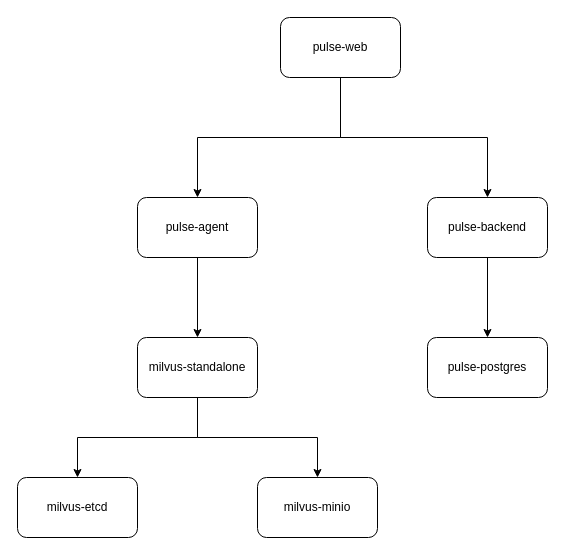
8Doker8/bachelor-pulse keeps this draw.io diagram as architecture.drawio. Above is the earlier version. Source tidied: cells renumbered, new cells numbered last; positions are measured from the earlier drawing's top-left corner, leaving out a move shared by most shapes. Both pictures are drawn from the tidied source at 100%, with x=0, y=0 at pixel (17, 17).
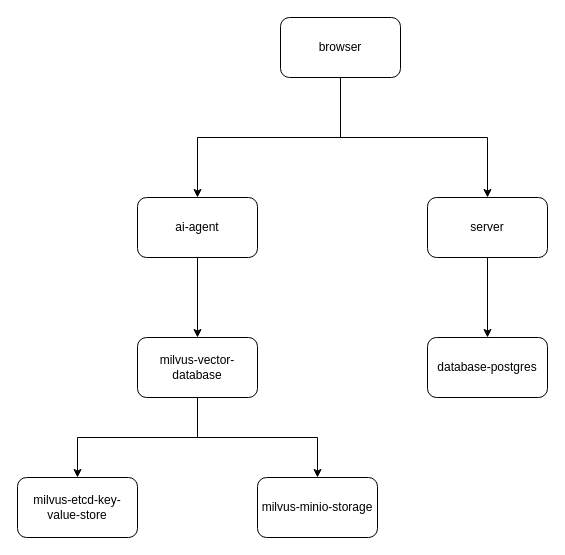
After the change.

The edit, as a diff of the source:
```diff
@@
 <mxGraphModel>
   <root>
     <mxCell id="0" />
     <mxCell id="1" parent="0" />
     <mxCell id="2" style="edgeStyle=orthogonalEdgeStyle;rounded=0;jettySize=auto;html=1;" parent="1" edge="1" source="4" target="5">
       <mxGeometry relative="1" as="geometry" />
     </mxCell>
     <mxCell id="3" style="edgeStyle=orthogonalEdgeStyle;rounded=0;jettySize=auto;html=1;" parent="1" edge="1" source="4" target="6">
       <mxGeometry relative="1" as="geometry" />
     </mxCell>
-    <mxCell id="4" value="milvus-standalone" style="rounded=1;whiteSpace=wrap;html=1;" parent="1" vertex="1">
+    <mxCell id="4" value="milvus-vector-database" style="rounded=1;whiteSpace=wrap;html=1;" parent="1" vertex="1">
       <mxGeometry x="120" y="320" width="120" height="60" as="geometry" />
     </mxCell>
-    <mxCell id="5" value="milvus-etcd" style="whiteSpace=wrap;html=1;rounded=1;" parent="1" vertex="1">
+    <mxCell id="5" value="milvus-etcd-key-value-store" style="whiteSpace=wrap;html=1;rounded=1;" parent="1" vertex="1">
       <mxGeometry y="460" width="120" height="60" as="geometry" />
     </mxCell>
-    <mxCell id="6" value="milvus-minio" style="whiteSpace=wrap;html=1;rounded=1;" parent="1" vertex="1">
+    <mxCell id="6" value="milvus-minio-storage" style="whiteSpace=wrap;html=1;rounded=1;" parent="1" vertex="1">
       <mxGeometry x="240" y="460" width="120" height="60" as="geometry" />
     </mxCell>
     <mxCell id="7" style="edgeStyle=orthogonalEdgeStyle;rounded=0;jettySize=auto;html=1;" parent="1" edge="1" source="8" target="9">
       <mxGeometry relative="1" as="geometry" />
     </mxCell>
-    <mxCell id="8" value="pulse-backend" style="rounded=1;whiteSpace=wrap;html=1;" parent="1" vertex="1">
+    <mxCell id="8" value="server" style="rounded=1;whiteSpace=wrap;html=1;" parent="1" vertex="1">
       <mxGeometry x="410" y="180" width="120" height="60" as="geometry" />
     </mxCell>
-    <mxCell id="9" value="pulse-postgres" style="whiteSpace=wrap;html=1;rounded=1;" parent="1" vertex="1">
+    <mxCell id="9" value="database-postgres" style="whiteSpace=wrap;html=1;rounded=1;" parent="1" vertex="1">
       <mxGeometry x="410" y="320" width="120" height="60" as="geometry" />
     </mxCell>
     <mxCell id="10" style="edgeStyle=orthogonalEdgeStyle;rounded=0;jettySize=auto;html=1;entryX=0.5;entryY=0;entryDx=0;entryDy=0;" parent="1" edge="1" source="11" target="4">
       <mxGeometry relative="1" as="geometry" />
     </mxCell>
-    <mxCell id="11" value="pulse-agent" style="rounded=1;whiteSpace=wrap;html=1;" parent="1" vertex="1">
+    <mxCell id="11" value="ai-agent" style="rounded=1;whiteSpace=wrap;html=1;" parent="1" vertex="1">
       <mxGeometry x="120" y="180" width="120" height="60" as="geometry" />
     </mxCell>
     <mxCell id="12" style="edgeStyle=orthogonalEdgeStyle;rounded=0;jettySize=auto;html=1;exitX=0.5;exitY=1;exitDx=0;exitDy=0;" parent="1" edge="1" source="14" target="8">
       <mxGeometry relative="1" as="geometry" />
     </mxCell>
     <mxCell id="13" style="edgeStyle=orthogonalEdgeStyle;rounded=0;jettySize=auto;html=1;entryX=0.5;entryY=0;entryDx=0;entryDy=0;" parent="1" edge="1" source="14" target="11">
       <mxGeometry relative="1" as="geometry">
         <Array as="points">
           <mxPoint x="323" y="120" />
           <mxPoint x="180" y="120" />
         </Array>
       </mxGeometry>
     </mxCell>
-    <mxCell id="14" value="pulse-web" style="rounded=1;whiteSpace=wrap;html=1;" parent="1" vertex="1">
+    <mxCell id="14" value="browser" style="rounded=1;whiteSpace=wrap;html=1;" parent="1" vertex="1">
       <mxGeometry x="263" width="120" height="60" as="geometry" />
     </mxCell>
   </root>
 </mxGraphModel>
```
